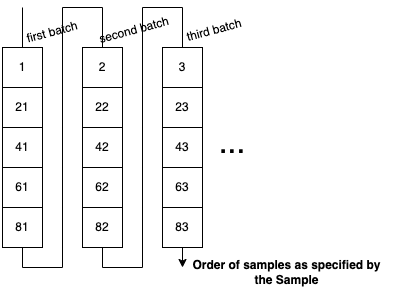
Above: posts/15_rnn/sampler_order.drawio.png in lucasvw/lucasvw.github.io (draw.io), before the change. Source tidied: cells renumbered, new cells last; positions are measured from the earlier drawing's top-left corner, leaving out a move shared by most shapes.
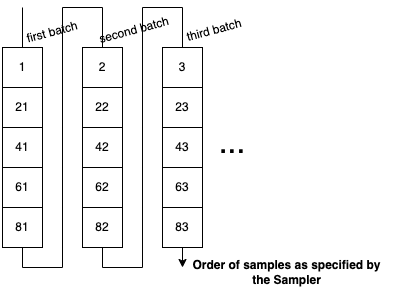
The same file after the commit.

The edit, as a diff of the source:
```diff
@@ -81,7 +81,7 @@
     <mxCell id="23" value="third batch" style="text;html=1;strokeColor=none;fillColor=none;align=center;verticalAlign=middle;whiteSpace=wrap;rounded=0;rotation=-15;" parent="1" vertex="1">
       <mxGeometry x="162" y="8" width="100" height="30" as="geometry" />
     </mxCell>
-    <mxCell id="24" value="Order of samples as specified by the Sample" style="text;html=1;strokeColor=none;fillColor=none;align=center;verticalAlign=middle;whiteSpace=wrap;rounded=0;fontStyle=1;" parent="1" vertex="1">
+    <mxCell id="24" value="Order of samples as specified by the Sampler" style="text;html=1;strokeColor=none;fillColor=none;align=center;verticalAlign=middle;whiteSpace=wrap;rounded=0;fontStyle=1;" parent="1" vertex="1">
       <mxGeometry x="179" y="250" width="211" height="30" as="geometry" />
     </mxCell>
     <mxCell id="25" value="&lt;font style=&quot;font-size: 32px;&quot;&gt;...&lt;/font&gt;" style="text;html=1;strokeColor=none;fillColor=none;align=center;verticalAlign=middle;whiteSpace=wrap;rounded=0;" parent="1" vertex="1">
```
